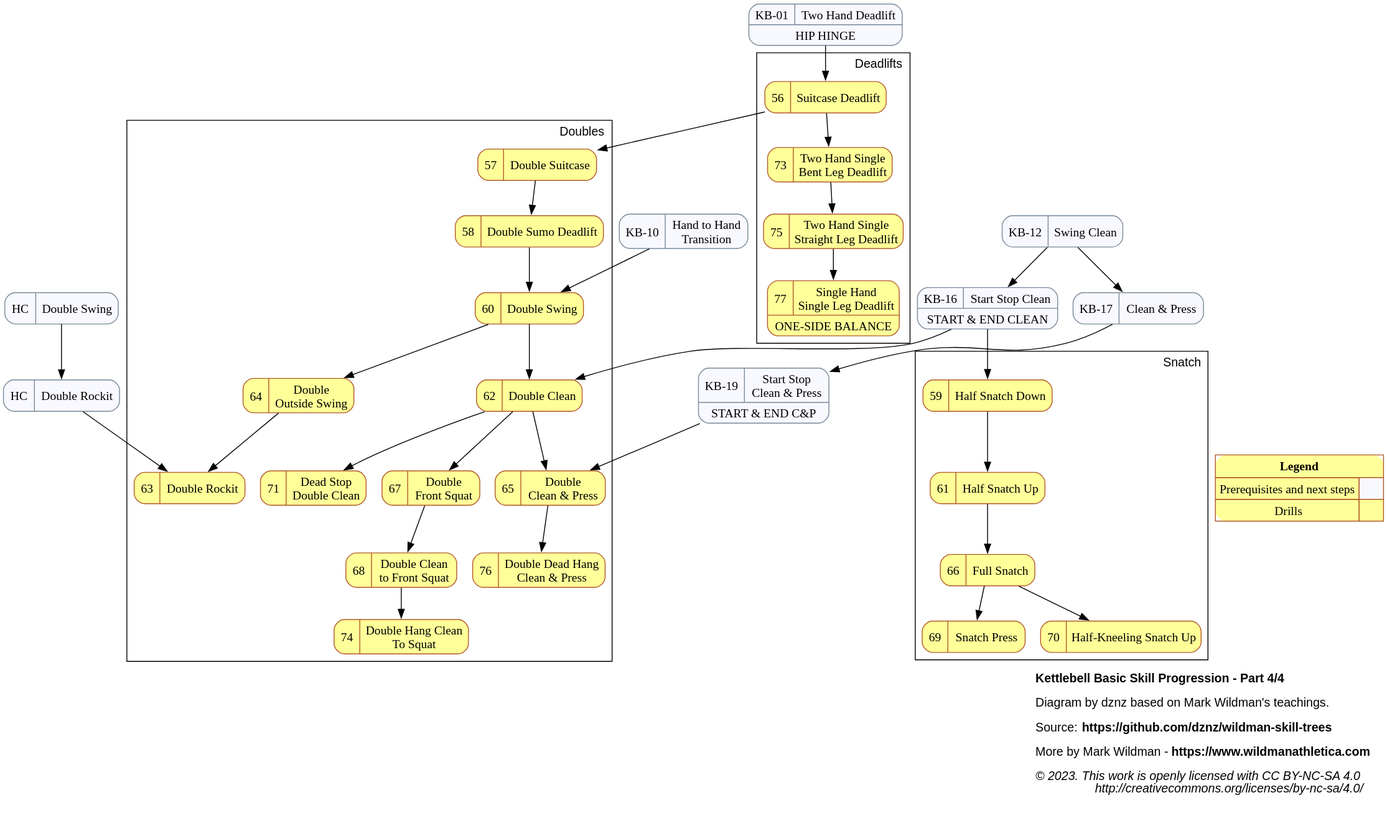
Above: dist/kb_progression_4.svg in dznz/wildman-skill-trees (PlantUML), before the change. Its source is kept beside it as src/kb/kb_progression_4.puml.
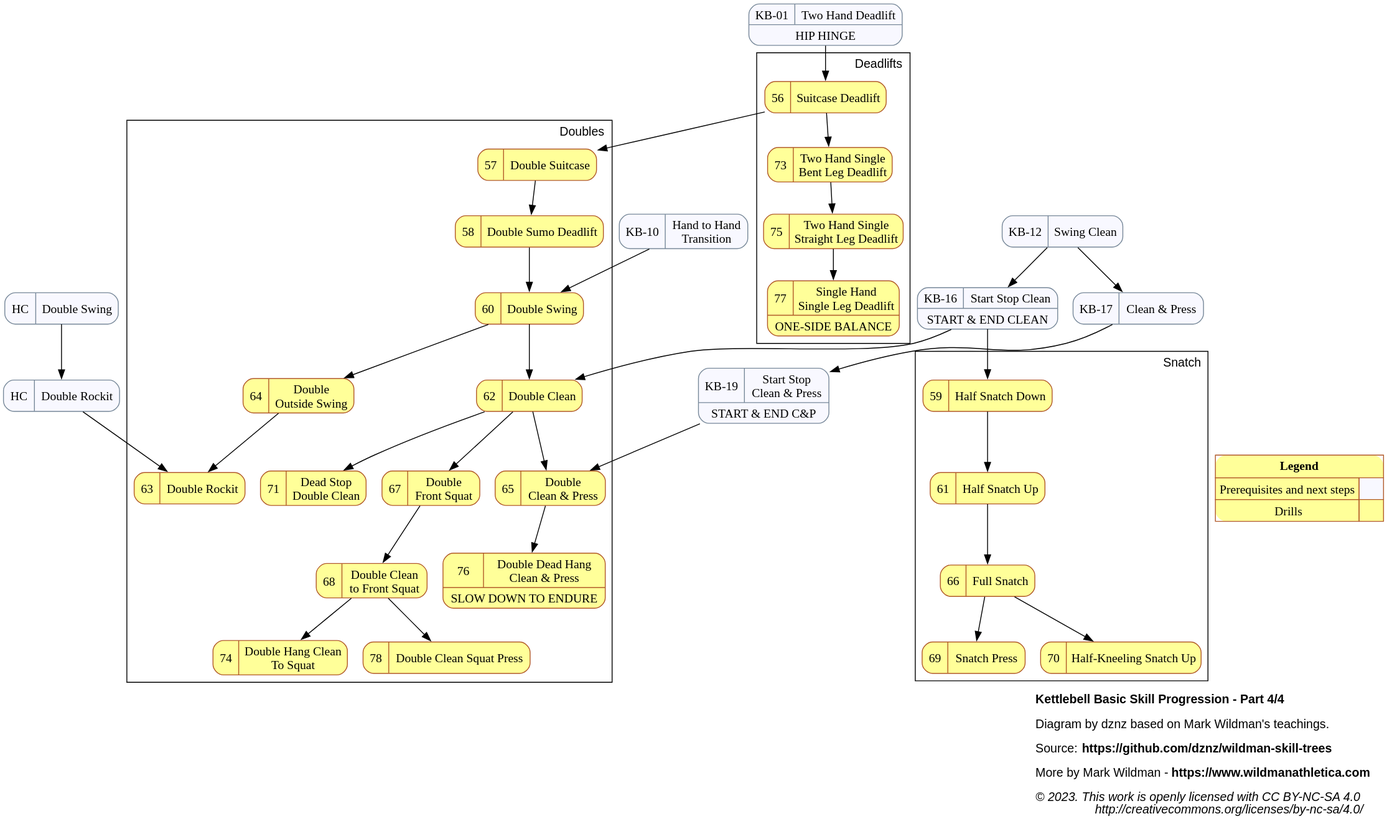
The same diagram one commit later.

Commit message:
feat(kb_progression): add note to KB-76

Change to the diagram source:
```diff
@@ -51,11 +51,11 @@
   mov_70_kneelsnatchup      [label="{{70|Half-Kneeling Snatch Up}}"           URL="https://www.youtube.com/watch?v=1_UrK5SopL4"];
   mov_71_deaddblclean       [label="{{71|Dead Stop\nDouble Clean}}"           URL="https://www.youtube.com/watch?v=22bKQqMqAQY"];
   // 72|Deck Squat is in part 3
-  mov_73_2hsbldl            [label="{{73|Two Hand Single\nBent Leg Deadlift}}"                URL="https://www.youtube.com/watch?v=-RD1qqe7P8M"];
-  mov_74_dblhangclean2squat [label="{{74|Double Hang Clean\nTo Squat}}"                       URL="https://www.youtube.com/watch?v=SdPEkv56Lt8"];
-  mov_75_2hssldl            [label="{{75|Two Hand Single\nStraight Leg Deadlift}}"            URL="https://www.youtube.com/watch?v=tMt2hzfFGzo"];
-  mov_76_dblhangcap         [label="{{76|Double Dead Hang\nClean & Press}}"                   URL="https://www.youtube.com/watch?v=ieDA4V9WGNQ"];
-  mov_77_shsldl             [label="{{77|Single Hand\nSingle Leg Deadlift}|ONE-SIDE BALANCE}" URL="https://www.youtube.com/watch?v=1K4hgXfUinU"];
+  mov_73_2hsbldl            [label="{{73|Two Hand Single\nBent Leg Deadlift}}"                  URL="https://www.youtube.com/watch?v=-RD1qqe7P8M"];
+  mov_74_dblhangclean2squat [label="{{74|Double Hang Clean\nTo Squat}}"                         URL="https://www.youtube.com/watch?v=SdPEkv56Lt8"];
+  mov_75_2hssldl            [label="{{75|Two Hand Single\nStraight Leg Deadlift}}"              URL="https://www.youtube.com/watch?v=tMt2hzfFGzo"];
+  mov_76_dblhangcap         [label="{{76|Double Dead Hang\nClean & Press}|SLOW DOWN TO ENDURE}" URL="https://www.youtube.com/watch?v=ieDA4V9WGNQ"];
+  mov_77_shsldl             [label="{{77|Single Hand\nSingle Leg Deadlift}|ONE-SIDE BALANCE}"   URL="https://www.youtube.com/watch?v=1K4hgXfUinU"];
   mov_78_dblcleansqpress    [label="{{78|Double Clean Squat Press}}"                            URL="https://www.youtube.com/watch?v=fWPDPBliCEk"];
 
   // Precursor dependencies
```
